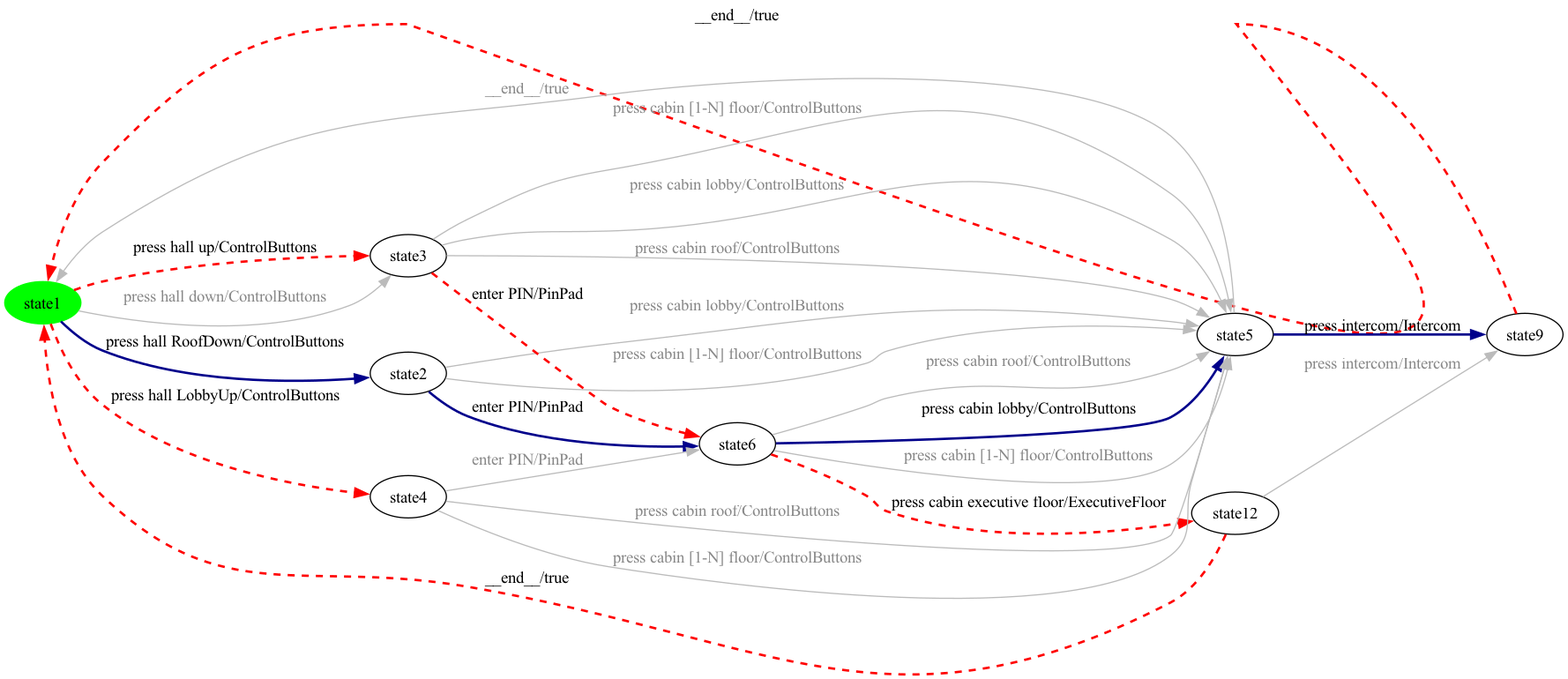
Before: milestone-reports/per-product-all-states/Elevator/Elevator-product1-walk.png, a diagram exported from Graphviz (dilekozturk93/vibes). Its source is kept beside it as milestone-reports/per-product-all-states/Elevator/Elevator-product1-walk.dot.
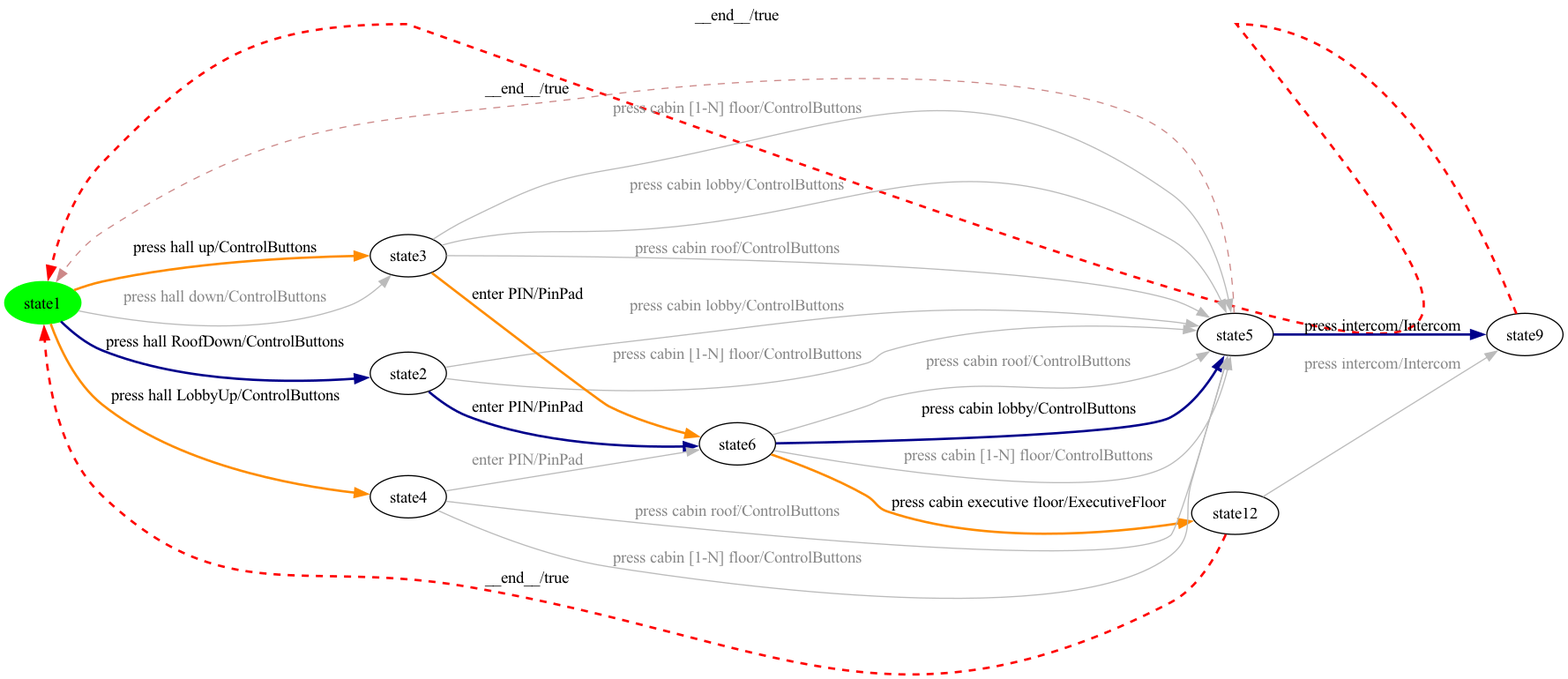
After the change.

The edit, as a diff of the source:
```diff
@@ -10,12 +10,12 @@
 state7 [ label = "state3" ];
 state2 -> state3 [ label=" press cabin lobby/ControlButtons ", style=bold, color=darkblue, penwidth=2 ];
 state2 -> state3 [ label=" press cabin [1-N] floor/ControlButtons ", color="#bbbbbb", fontcolor="#888888" ];
-state2 -> state4 [ label=" press cabin executive floor/ExecutiveFloor ", style=dashed, color=red, penwidth=2 ];
+state2 -> state4 [ label=" press cabin executive floor/ExecutiveFloor ", style=bold, color=darkorange, penwidth=2 ];
 state1 -> state0 [ label=" __end__/true ", style=dashed, color=red, penwidth=2 ];
 state0 -> state5 [ label=" press hall RoofDown/ControlButtons ", style=bold, color=darkblue, penwidth=2 ];
-state7 -> state2 [ label=" enter PIN/PinPad ", style=dashed, color=red, penwidth=2 ];
+state7 -> state2 [ label=" enter PIN/PinPad ", style=bold, color=darkorange, penwidth=2 ];
 state3 -> state1 [ label=" press intercom/Intercom ", style=bold, color=darkblue, penwidth=2 ];
-state0 -> state7 [ label=" press hall up/ControlButtons ", style=dashed, color=red, penwidth=2 ];
+state0 -> state7 [ label=" press hall up/ControlButtons ", style=bold, color=darkorange, penwidth=2 ];
 state6 -> state3 [ label=" press cabin roof/ControlButtons ", color="#bbbbbb", fontcolor="#888888" ];
 state5 -> state3 [ label=" press cabin [1-N] floor/ControlButtons ", color="#bbbbbb", fontcolor="#888888" ];
 state6 -> state3 [ label=" press cabin [1-N] floor/ControlButtons ", color="#bbbbbb", fontcolor="#888888" ];
@@ -28,7 +28,7 @@
 state7 -> state3 [ label=" press cabin roof/ControlButtons ", color="#bbbbbb", fontcolor="#888888" ];
 state0 -> state7 [ label=" press hall down/ControlButtons ", color="#bbbbbb", fontcolor="#888888" ];
 state5 -> state3 [ label=" press cabin lobby/ControlButtons ", color="#bbbbbb", fontcolor="#888888" ];
-state0 -> state6 [ label=" press hall LobbyUp/ControlButtons ", style=dashed, color=red, penwidth=2 ];
+state0 -> state6 [ label=" press hall LobbyUp/ControlButtons ", style=bold, color=darkorange, penwidth=2 ];
 state7 -> state3 [ label=" press cabin [1-N] floor/ControlButtons ", color="#bbbbbb", fontcolor="#888888" ];
-state3 -> state0 [ label=" __end__/true ", color="#bbbbbb", fontcolor="#888888" ];
+state3 -> state0 [ label=" __end__/true ", style=dashed, color="#cc8888" ];
 }
```
